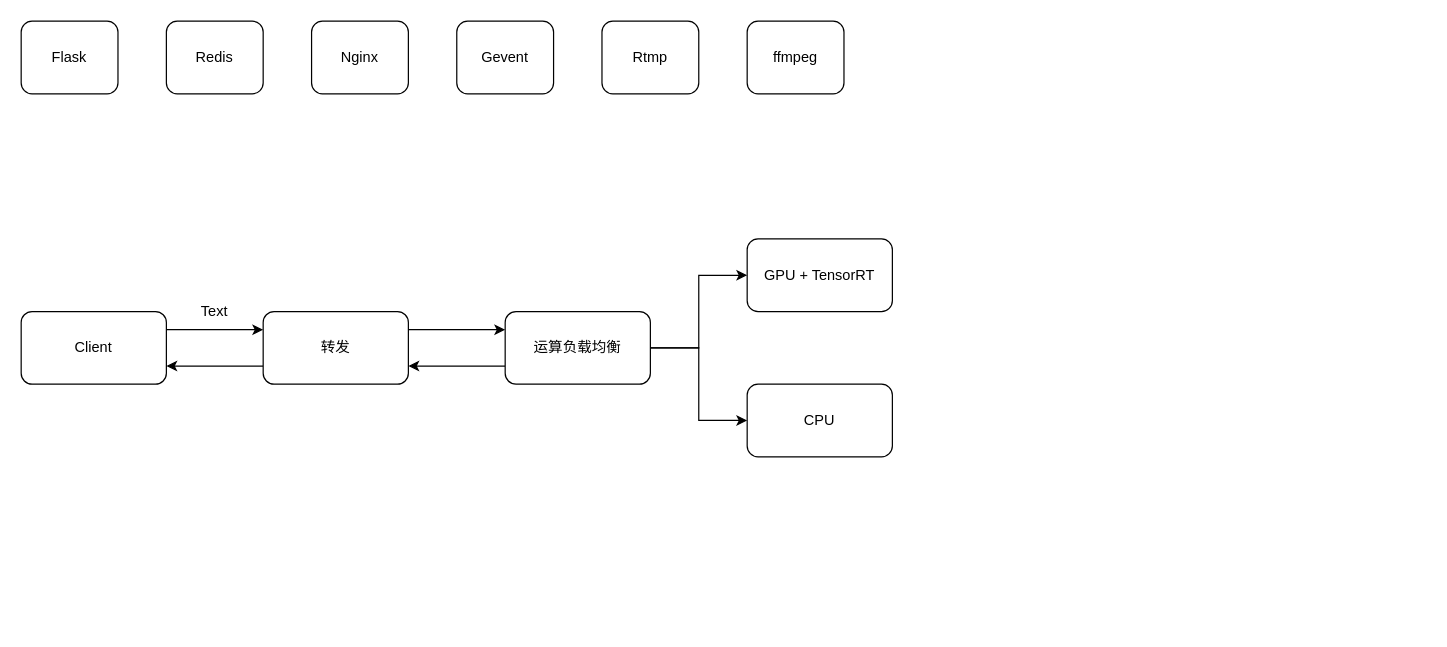
Above: System Design.drawio in houance/CV-API-PlatForm (draw.io), before the change. Source tidied: cells renumbered, new cells numbered last; positions are measured from the earlier drawing's top-left corner, leaving out a move shared by most shapes. Both pictures are drawn from the tidied source at 121%, with x=0, y=0 at pixel (21, 21).
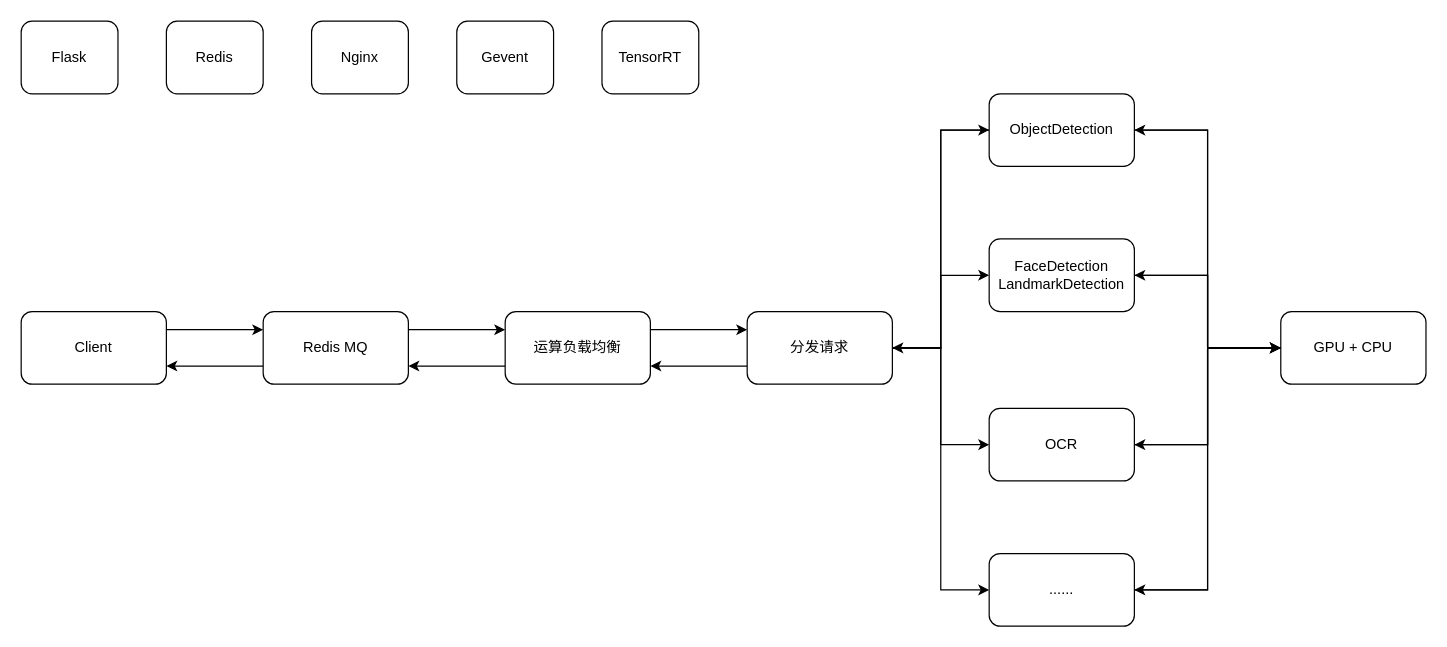
The same diagram, later.

Unchanged cells that the change refers to:
```xml
<mxCell id="10" value="运算负载均衡" style="rounded=1;whiteSpace=wrap;html=1;" parent="1" vertex="1">
  <mxGeometry x="400" y="240" width="120" height="60" as="geometry" />
</mxCell>
```

Diff of the diagram source:
```diff
@@
-    <mxCell id="6" value="转发" style="rounded=1;whiteSpace=wrap;html=1;" parent="1" vertex="1">
+    <mxCell id="6" value="Redis MQ" style="rounded=1;whiteSpace=wrap;html=1;" parent="1" vertex="1">
       <mxGeometry x="200" y="240" width="120" height="60" as="geometry" />
     </mxCell>
@@
-    <mxCell id="8" style="edgeStyle=orthogonalEdgeStyle;rounded=0;jettySize=auto;html=1;entryX=0;entryY=0.5;entryDx=0;entryDy=0;" parent="1" edge="1" source="10" target="11">
-      <mxGeometry relative="1" as="geometry" />
-    </mxCell>
-    <mxCell id="9" style="edgeStyle=orthogonalEdgeStyle;rounded=0;jettySize=auto;html=1;entryX=0;entryY=0.5;entryDx=0;entryDy=0;" parent="1" edge="1" source="10" target="12">
-      <mxGeometry relative="1" as="geometry" />
-    </mxCell>
+    <mxCell id="20" style="edgeStyle=orthogonalEdgeStyle;rounded=0;jettySize=auto;html=1;exitX=1;exitY=0.25;exitDx=0;exitDy=0;entryX=0;entryY=0.25;entryDx=0;entryDy=0;" parent="1" edge="1" source="10" target="30">
+      <mxGeometry relative="1" as="geometry" />
+    </mxCell>
@@
+    <mxCell id="21" style="edgeStyle=orthogonalEdgeStyle;rounded=0;jettySize=auto;html=1;entryX=1;entryY=0.5;entryDx=0;entryDy=0;" parent="1" edge="1" source="11" target="33">
+      <mxGeometry relative="1" as="geometry" />
+    </mxCell>
+    <mxCell id="22" style="edgeStyle=orthogonalEdgeStyle;rounded=0;jettySize=auto;html=1;entryX=1;entryY=0.5;entryDx=0;entryDy=0;" parent="1" edge="1" source="11" target="35">
+      <mxGeometry relative="1" as="geometry" />
+    </mxCell>
+    <mxCell id="23" style="edgeStyle=orthogonalEdgeStyle;rounded=0;jettySize=auto;html=1;entryX=1;entryY=0.5;entryDx=0;entryDy=0;" parent="1" edge="1" source="11" target="37">
+      <mxGeometry relative="1" as="geometry" />
+    </mxCell>
+    <mxCell id="24" style="edgeStyle=orthogonalEdgeStyle;rounded=0;jettySize=auto;html=1;entryX=1;entryY=0.5;entryDx=0;entryDy=0;" parent="1" edge="1" source="11" target="39">
+      <mxGeometry relative="1" as="geometry" />
+    </mxCell>
-    <mxCell id="11" value="GPU + TensorRT" style="rounded=1;whiteSpace=wrap;html=1;" parent="1" vertex="1">
-      <mxGeometry x="600" y="180" width="120" height="60" as="geometry" />
+    <mxCell id="11" value="GPU + CPU" style="rounded=1;whiteSpace=wrap;html=1;" parent="1" vertex="1">
+      <mxGeometry x="1041" y="240" width="120" height="60" as="geometry" />
     </mxCell>
-    <mxCell id="12" value="CPU" style="rounded=1;whiteSpace=wrap;html=1;" parent="1" vertex="1">
-      <mxGeometry x="600" y="300" width="120" height="60" as="geometry" />
-    </mxCell>
-    <mxCell id="13" value="Text" style="text;html=1;strokeColor=none;fillColor=none;align=center;verticalAlign=middle;whiteSpace=wrap;rounded=0;" parent="1" vertex="1">
-      <mxGeometry x="140" y="230" width="40" height="20" as="geometry" />
-    </mxCell>
@@
-    <mxCell id="18" value="Rtmp" style="rounded=1;whiteSpace=wrap;html=1;" parent="1" vertex="1">
-      <mxGeometry x="480" width="80" height="60" as="geometry" />
-    </mxCell>
-    <mxCell id="19" value="ffmpeg" style="rounded=1;whiteSpace=wrap;html=1;" parent="1" vertex="1">
-      <mxGeometry x="600" width="80" height="60" as="geometry" />
-    </mxCell>
+    <mxCell id="25" style="edgeStyle=orthogonalEdgeStyle;rounded=0;jettySize=auto;html=1;exitX=0;exitY=0.75;exitDx=0;exitDy=0;entryX=1;entryY=0.75;entryDx=0;entryDy=0;" parent="1" edge="1" source="30" target="10">
+      <mxGeometry relative="1" as="geometry" />
+    </mxCell>
+    <mxCell id="26" style="edgeStyle=orthogonalEdgeStyle;rounded=0;jettySize=auto;html=1;entryX=0;entryY=0.5;entryDx=0;entryDy=0;" parent="1" edge="1" source="30" target="33">
+      <mxGeometry relative="1" as="geometry" />
+    </mxCell>
+    <mxCell id="27" style="edgeStyle=orthogonalEdgeStyle;rounded=0;jettySize=auto;html=1;entryX=0;entryY=0.5;entryDx=0;entryDy=0;" parent="1" edge="1" source="30" target="35">
+      <mxGeometry relative="1" as="geometry" />
+    </mxCell>
+    <mxCell id="28" style="edgeStyle=orthogonalEdgeStyle;rounded=0;jettySize=auto;html=1;entryX=0;entryY=0.5;entryDx=0;entryDy=0;" parent="1" edge="1" source="30" target="37">
+      <mxGeometry relative="1" as="geometry" />
+    </mxCell>
+    <mxCell id="29" style="edgeStyle=orthogonalEdgeStyle;rounded=0;jettySize=auto;html=1;entryX=0;entryY=0.5;entryDx=0;entryDy=0;" parent="1" edge="1" source="30" target="39">
+      <mxGeometry relative="1" as="geometry" />
+    </mxCell>
+    <mxCell id="30" value="分发请求" style="rounded=1;whiteSpace=wrap;html=1;" parent="1" vertex="1">
+      <mxGeometry x="600" y="240" width="120" height="60" as="geometry" />
+    </mxCell>
+    <mxCell id="31" style="edgeStyle=orthogonalEdgeStyle;rounded=0;jettySize=auto;html=1;entryX=0;entryY=0.5;entryDx=0;entryDy=0;" parent="1" edge="1" source="33" target="11">
+      <mxGeometry relative="1" as="geometry" />
+    </mxCell>
+    <mxCell id="32" style="edgeStyle=orthogonalEdgeStyle;rounded=0;jettySize=auto;html=1;entryX=1;entryY=0.5;entryDx=0;entryDy=0;" parent="1" edge="1" source="33" target="30">
+      <mxGeometry relative="1" as="geometry" />
+    </mxCell>
+    <mxCell id="33" value="ObjectDetection" style="rounded=1;whiteSpace=wrap;html=1;" parent="1" vertex="1">
+      <mxGeometry x="800" y="60" width="120" height="60" as="geometry" />
+    </mxCell>
+    <mxCell id="34" style="edgeStyle=orthogonalEdgeStyle;rounded=0;jettySize=auto;html=1;" parent="1" edge="1" source="35" target="11">
+      <mxGeometry relative="1" as="geometry" />
+    </mxCell>
+    <mxCell id="35" value="FaceDetection&lt;br&gt;LandmarkDetection" style="rounded=1;whiteSpace=wrap;html=1;" parent="1" vertex="1">
+      <mxGeometry x="800" y="180" width="120" height="60" as="geometry" />
+    </mxCell>
+    <mxCell id="36" style="edgeStyle=orthogonalEdgeStyle;rounded=0;jettySize=auto;html=1;entryX=0;entryY=0.5;entryDx=0;entryDy=0;" parent="1" edge="1" source="37" target="11">
+      <mxGeometry relative="1" as="geometry" />
+    </mxCell>
+    <mxCell id="37" value="OCR" style="rounded=1;whiteSpace=wrap;html=1;" parent="1" vertex="1">
+      <mxGeometry x="800" y="320" width="120" height="60" as="geometry" />
+    </mxCell>
+    <mxCell id="38" style="edgeStyle=orthogonalEdgeStyle;rounded=0;jettySize=auto;html=1;entryX=0;entryY=0.5;entryDx=0;entryDy=0;" parent="1" edge="1" source="39" target="11">
+      <mxGeometry relative="1" as="geometry" />
+    </mxCell>
+    <mxCell id="39" value="......" style="rounded=1;whiteSpace=wrap;html=1;" parent="1" vertex="1">
+      <mxGeometry x="800" y="440" width="120" height="60" as="geometry" />
+    </mxCell>
+    <mxCell id="40" value="TensorRT" style="rounded=1;whiteSpace=wrap;html=1;" parent="1" vertex="1">
+      <mxGeometry x="480" width="80" height="60" as="geometry" />
+    </mxCell>
```
